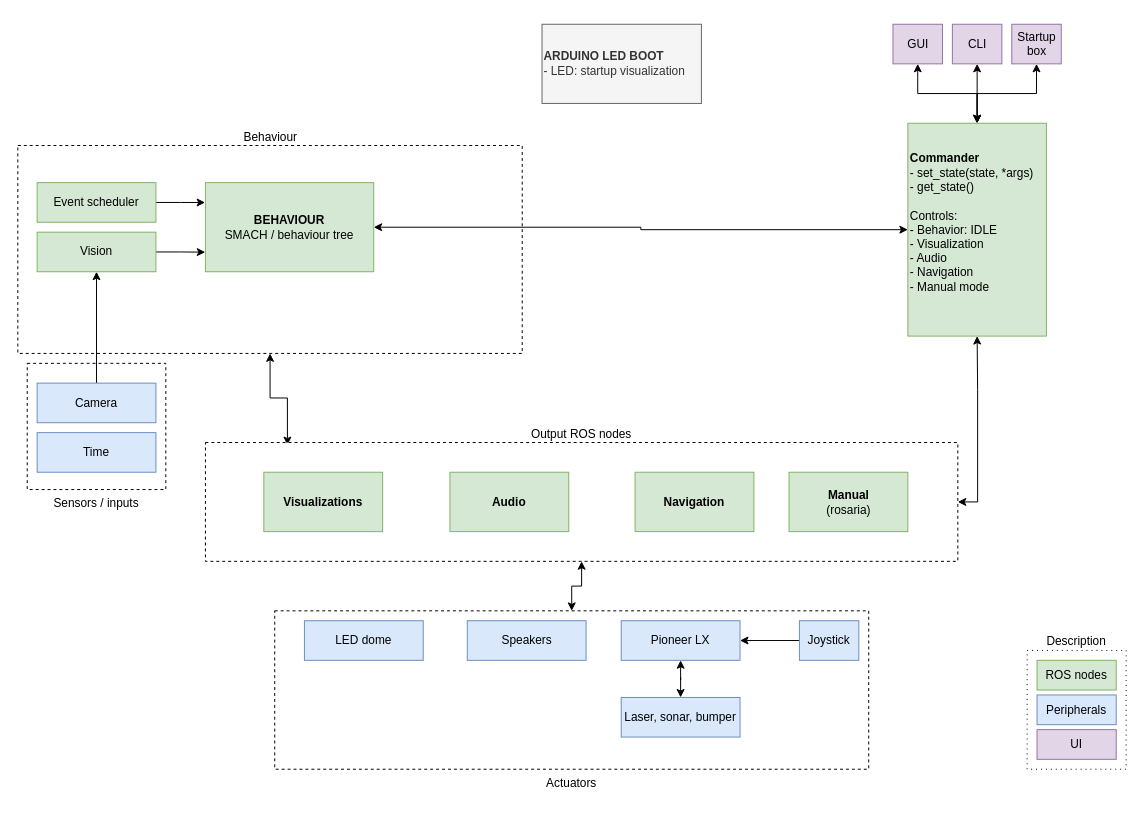
Above: resources/Diagrams/System architecture (simple) - revised.drawio in thentnucyborg/CyborgRobot (draw.io), before the change. Source tidied: cells renumbered, new cells numbered last; positions are measured from the earlier drawing's top-left corner, leaving out a move shared by most shapes. Both pictures are drawn from the tidied source at 99%, with x=0, y=0 at pixel (17, 24).
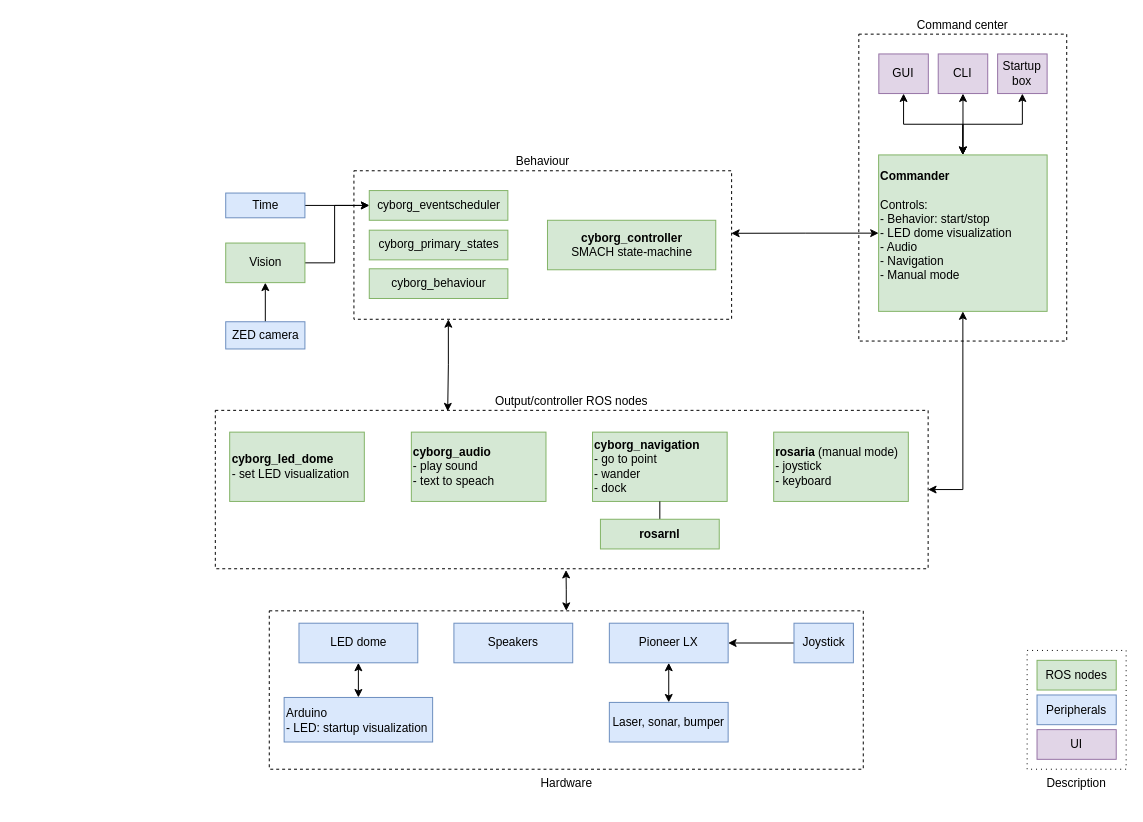
After the change.

Diff of the diagram source:
```diff
@@
+    <mxCell id="42" value="&lt;div&gt;Command center&lt;/div&gt;" style="rounded=0;whiteSpace=wrap;html=1;dashed=1;labelPosition=center;verticalLabelPosition=top;align=center;verticalAlign=bottom;" parent="1" vertex="1">
+      <mxGeometry x="850" y="10" width="210" height="310" as="geometry" />
+    </mxCell>
-    <mxCell id="2" style="edgeStyle=orthogonalEdgeStyle;rounded=0;jettySize=auto;html=1;startArrow=classic;startFill=1;entryX=0.109;entryY=0.021;entryDx=0;entryDy=0;entryPerimeter=0;" parent="1" edge="1" source="3" target="15">
+    <mxCell id="2" style="edgeStyle=orthogonalEdgeStyle;rounded=0;jettySize=auto;html=1;exitX=0.25;exitY=1;exitDx=0;exitDy=0;entryX=0.326;entryY=0.006;entryDx=0;entryDy=0;entryPerimeter=0;startArrow=classic;startFill=1;endArrow=classic;endFill=1;" parent="1" edge="1" source="3" target="15">
       <mxGeometry relative="1" as="geometry" />
     </mxCell>
     <mxCell id="3" value="&lt;div&gt;Behaviour&lt;/div&gt;" style="rounded=0;whiteSpace=wrap;html=1;dashed=1;labelPosition=center;verticalLabelPosition=top;align=center;verticalAlign=bottom;" parent="1" vertex="1">
-      <mxGeometry x="0.5" y="122.5" width="509.5" height="210" as="geometry" />
+      <mxGeometry x="340" y="148" width="381.5" height="150" as="geometry" />
     </mxCell>
-    <mxCell id="4" value="Sensors / inputs" style="rounded=0;whiteSpace=wrap;html=1;labelPosition=center;verticalLabelPosition=bottom;align=center;verticalAlign=top;dashed=1;" parent="1" vertex="1">
-      <mxGeometry x="10" y="342.5" width="140" height="127.5" as="geometry" />
-    </mxCell>
-    <mxCell id="5" style="edgeStyle=orthogonalEdgeStyle;rounded=0;jettySize=auto;html=1;exitX=0;exitY=0.5;exitDx=0;exitDy=0;verticalAlign=bottom;startArrow=classic;startFill=1;entryX=1;entryY=0.5;entryDx=0;entryDy=0;" parent="1" edge="1" source="6" target="10">
-      <mxGeometry relative="1" as="geometry" />
-    </mxCell>
+    <mxCell id="43" style="edgeStyle=orthogonalEdgeStyle;rounded=0;jettySize=auto;html=1;exitX=0;exitY=0.5;exitDx=0;exitDy=0;entryX=0.999;entryY=0.421;entryDx=0;entryDy=0;entryPerimeter=0;endArrow=classic;endFill=1;startArrow=classic;startFill=1;" parent="1" edge="1" source="6" target="3">
+      <mxGeometry relative="1" as="geometry" />
+    </mxCell>
-    <mxCell id="6" value="&lt;b&gt;Commander&lt;/b&gt;&lt;br&gt;- set_state(state, *args)&lt;br&gt;&lt;div&gt;- get_state()&lt;/div&gt;&lt;div&gt;&lt;br&gt;&lt;/div&gt;&lt;div&gt;Controls:&lt;/div&gt;&lt;div&gt;- Behavior: IDLE&lt;/div&gt;&lt;div&gt;- Visualization&lt;/div&gt;&lt;div&gt;- Audio&lt;/div&gt;&lt;div&gt;- Navigation&lt;/div&gt;&lt;div&gt;- Manual mode&lt;br&gt;&lt;/div&gt;&lt;div&gt;&lt;br&gt;&lt;/div&gt;" style="rounded=0;whiteSpace=wrap;html=1;align=left;fillColor=#d5e8d4;strokeColor=#82b366;fontColor=#000000;" parent="1" vertex="1">
-      <mxGeometry x="899.5" y="100" width="140" height="215" as="geometry" />
+    <mxCell id="6" value="&lt;b&gt;Commander&lt;/b&gt;&lt;br&gt;&lt;br&gt;&lt;div&gt;Controls:&lt;/div&gt;&lt;div&gt;- Behavior: start/stop&lt;br&gt;&lt;/div&gt;&lt;div&gt;- LED dome visualization&lt;/div&gt;&lt;div&gt;- Audio&lt;/div&gt;&lt;div&gt;- Navigation&lt;/div&gt;&lt;div&gt;- Manual mode&lt;br&gt;&lt;/div&gt;&lt;div&gt;&lt;br&gt;&lt;/div&gt;" style="rounded=0;whiteSpace=wrap;html=1;align=left;fillColor=#d5e8d4;strokeColor=#82b366;fontColor=#000000;" parent="1" vertex="1">
+      <mxGeometry x="870" y="132" width="170.2" height="158" as="geometry" />
     </mxCell>
-    <mxCell id="7" value="&lt;b&gt;ARDUINO LED BOOT&lt;/b&gt;&lt;br&gt;- LED: startup visualization" style="rounded=0;whiteSpace=wrap;html=1;align=left;fillColor=#f5f5f5;strokeColor=#666666;fontColor=#333333;" parent="1" vertex="1">
-      <mxGeometry x="530" width="161" height="80" as="geometry" />
-    </mxCell>
-    <mxCell id="8" style="edgeStyle=orthogonalEdgeStyle;rounded=0;jettySize=auto;html=1;exitX=1;exitY=0.5;exitDx=0;exitDy=0;startArrow=none;startFill=0;entryX=-0.002;entryY=0.223;entryDx=0;entryDy=0;entryPerimeter=0;" parent="1" edge="1" source="9" target="10">
-      <mxGeometry relative="1" as="geometry" />
-    </mxCell>
-    <mxCell id="9" value="Event scheduler" style="rounded=0;whiteSpace=wrap;html=1;fillColor=#d5e8d4;strokeColor=#82b366;fontColor=#000000;" parent="1" vertex="1">
-      <mxGeometry x="20" y="160" width="120" height="40" as="geometry" />
+    <mxCell id="9" value="&lt;div&gt;cyborg_eventscheduler&lt;/div&gt;" style="rounded=0;whiteSpace=wrap;html=1;fillColor=#d5e8d4;strokeColor=#82b366;fontColor=#000000;" parent="1" vertex="1">
+      <mxGeometry x="355.5" y="168" width="140" height="30" as="geometry" />
     </mxCell>
-    <mxCell id="10" value="&lt;b&gt;BEHAVIOUR&lt;/b&gt;&lt;br&gt;SMACH / behaviour tree" style="rounded=0;whiteSpace=wrap;html=1;align=center;fillColor=#d5e8d4;strokeColor=#82b366;fontColor=#000000;" parent="1" vertex="1">
-      <mxGeometry x="190" y="160" width="170" height="90" as="geometry" />
+    <mxCell id="10" value="cyborg_behaviour" style="rounded=0;whiteSpace=wrap;html=1;align=center;fillColor=#d5e8d4;strokeColor=#82b366;fontColor=#000000;" parent="1" vertex="1">
+      <mxGeometry x="355.5" y="247" width="140" height="30" as="geometry" />
     </mxCell>
@@
-    <mxCell id="12" style="edgeStyle=orthogonalEdgeStyle;rounded=0;jettySize=auto;html=1;exitX=0.5;exitY=0;exitDx=0;exitDy=0;entryX=0.5;entryY=1;entryDx=0;entryDy=0;startArrow=none;startFill=0;" parent="1" edge="1" source="13" target="26">
+    <mxCell id="12" style="edgeStyle=orthogonalEdgeStyle;rounded=0;jettySize=auto;html=1;exitX=0.5;exitY=0;exitDx=0;exitDy=0;entryX=0.5;entryY=1;entryDx=0;entryDy=0;startArrow=none;startFill=0;endArrow=classic;endFill=1;" parent="1" edge="1" source="13" target="26">
       <mxGeometry relative="1" as="geometry" />
     </mxCell>
-    <mxCell id="13" value="Camera" style="rounded=0;whiteSpace=wrap;html=1;fillColor=#dae8fc;strokeColor=#6c8ebf;fontColor=#000000;" parent="1" vertex="1">
-      <mxGeometry x="20" y="362.5" width="120" height="40" as="geometry" />
+    <mxCell id="13" value="ZED camera" style="rounded=0;whiteSpace=wrap;html=1;fillColor=#dae8fc;strokeColor=#6c8ebf;fontColor=#000000;" parent="1" vertex="1">
+      <mxGeometry x="210.5" y="300.5" width="80" height="27.5" as="geometry" />
     </mxCell>
-    <mxCell id="14" style="edgeStyle=orthogonalEdgeStyle;rounded=0;jettySize=auto;html=1;exitX=0.5;exitY=1;exitDx=0;exitDy=0;entryX=0.5;entryY=0;entryDx=0;entryDy=0;startArrow=classic;startFill=1;" parent="1" edge="1" source="15" target="28">
-      <mxGeometry relative="1" as="geometry" />
-    </mxCell>
-    <mxCell id="15" value="Output ROS nodes" style="rounded=0;whiteSpace=wrap;html=1;dashed=1;labelPosition=center;verticalLabelPosition=top;align=center;verticalAlign=bottom;" parent="1" vertex="1">
-      <mxGeometry x="190" y="422.5" width="760" height="120" as="geometry" />
+    <mxCell id="15" value="&lt;div&gt;Output/controller ROS nodes&lt;/div&gt;" style="rounded=0;whiteSpace=wrap;html=1;dashed=1;labelPosition=center;verticalLabelPosition=top;align=center;verticalAlign=bottom;" parent="1" vertex="1">
+      <mxGeometry x="200" y="390" width="720" height="160" as="geometry" />
     </mxCell>
-    <mxCell id="16" value="Visualizations" style="rounded=0;whiteSpace=wrap;html=1;fillColor=#d5e8d4;strokeColor=#82b366;fontColor=#000000;fontStyle=1;" parent="1" vertex="1">
-      <mxGeometry x="249" y="452.5" width="120" height="60" as="geometry" />
+    <mxCell id="16" value="&lt;div align=&quot;left&quot;&gt;cyborg_led_dome&lt;/div&gt;&lt;div align=&quot;left&quot;&gt;&lt;span style=&quot;font-weight: normal&quot;&gt;- set LED visualization&lt;/span&gt;&lt;br&gt;&lt;/div&gt;" style="rounded=0;whiteSpace=wrap;html=1;fillColor=#d5e8d4;strokeColor=#82b366;fontColor=#000000;fontStyle=1;align=left;" parent="1" vertex="1">
+      <mxGeometry x="214.5" y="412" width="136" height="70" as="geometry" />
     </mxCell>
-    <mxCell id="17" value="Audio" style="rounded=0;whiteSpace=wrap;html=1;fillColor=#d5e8d4;strokeColor=#82b366;fontColor=#000000;fontStyle=1;" parent="1" vertex="1">
-      <mxGeometry x="437" y="452.5" width="120" height="60" as="geometry" />
+    <mxCell id="17" value="&lt;div align=&quot;left&quot;&gt;cyborg_audio&lt;/div&gt;&lt;div align=&quot;left&quot;&gt;&lt;span style=&quot;font-weight: normal&quot;&gt;- play sound&lt;/span&gt;&lt;/div&gt;&lt;div align=&quot;left&quot;&gt;&lt;span style=&quot;font-weight: normal&quot;&gt;- text to speach&lt;/span&gt;&lt;br&gt;&lt;/div&gt;" style="rounded=0;whiteSpace=wrap;html=1;fillColor=#d5e8d4;strokeColor=#82b366;fontColor=#000000;fontStyle=1;align=left;" parent="1" vertex="1">
+      <mxGeometry x="398" y="412" width="136" height="70" as="geometry" />
     </mxCell>
-    <mxCell id="18" value="Navigation" style="rounded=0;whiteSpace=wrap;html=1;fillColor=#d5e8d4;strokeColor=#82b366;fontColor=#000000;fontStyle=1;" parent="1" vertex="1">
-      <mxGeometry x="624" y="452.5" width="120" height="60" as="geometry" />
+    <mxCell id="18" value="&lt;div align=&quot;left&quot;&gt;cyborg_navigation&lt;/div&gt;&lt;div align=&quot;left&quot;&gt;&lt;span style=&quot;font-weight: normal&quot;&gt;- go to point&lt;/span&gt;&lt;/div&gt;&lt;div align=&quot;left&quot;&gt;&lt;span style=&quot;font-weight: normal&quot;&gt;- wander&lt;/span&gt;&lt;/div&gt;&lt;div align=&quot;left&quot;&gt;&lt;span style=&quot;font-weight: normal&quot;&gt;- dock&lt;/span&gt;&lt;br&gt;&lt;/div&gt;" style="rounded=0;whiteSpace=wrap;html=1;fillColor=#d5e8d4;strokeColor=#82b366;fontColor=#000000;fontStyle=1;align=left;" parent="1" vertex="1">
+      <mxGeometry x="581" y="412" width="136" height="70" as="geometry" />
     </mxCell>
@@
     <mxCell id="20" value="GUI&lt;br&gt;" style="rounded=0;whiteSpace=wrap;html=1;align=center;fillColor=#e1d5e7;strokeColor=#9673a6;fontColor=#000;" parent="1" vertex="1">
-      <mxGeometry x="884.5" width="50" height="40" as="geometry" />
+      <mxGeometry x="870.2" y="30" width="50" height="40" as="geometry" />
     </mxCell>
@@
     <mxCell id="22" value="CLI" style="rounded=0;whiteSpace=wrap;html=1;align=center;fillColor=#e1d5e7;strokeColor=#9673a6;fontColor=#000;" parent="1" vertex="1">
-      <mxGeometry x="944.5" width="50" height="40" as="geometry" />
+      <mxGeometry x="930.2" y="30" width="50" height="40" as="geometry" />
     </mxCell>
@@
     <mxCell id="24" value="Startup box" style="rounded=0;whiteSpace=wrap;html=1;align=center;fillColor=#e1d5e7;strokeColor=#9673a6;fontColor=#000;" parent="1" vertex="1">
-      <mxGeometry x="1004.5" width="50" height="40" as="geometry" />
+      <mxGeometry x="990.2" y="30" width="50" height="40" as="geometry" />
     </mxCell>
-    <mxCell id="25" style="edgeStyle=orthogonalEdgeStyle;rounded=0;jettySize=auto;html=1;exitX=1;exitY=0.5;exitDx=0;exitDy=0;entryX=-0.001;entryY=0.78;entryDx=0;entryDy=0;entryPerimeter=0;" parent="1" edge="1" source="26" target="10">
-      <mxGeometry relative="1" as="geometry" />
-    </mxCell>
+    <mxCell id="44" style="edgeStyle=orthogonalEdgeStyle;rounded=0;jettySize=auto;html=1;exitX=1;exitY=0.5;exitDx=0;exitDy=0;entryX=0;entryY=0.5;entryDx=0;entryDy=0;startArrow=none;startFill=0;endArrow=classic;endFill=1;" parent="1" edge="1" source="26" target="9">
+      <mxGeometry relative="1" as="geometry">
+        <Array as="points">
+          <mxPoint x="320.5" y="241.5" />
+          <mxPoint x="320.5" y="183.5" />
+        </Array>
+      </mxGeometry>
+    </mxCell>
     <mxCell id="26" value="Vision" style="rounded=0;whiteSpace=wrap;html=1;fillColor=#d5e8d4;strokeColor=#82b366;fontColor=#000000;" parent="1" vertex="1">
-      <mxGeometry x="20" y="210" width="120" height="40" as="geometry" />
+      <mxGeometry x="210.5" y="221" width="80" height="40" as="geometry" />
     </mxCell>
+    <mxCell id="45" style="edgeStyle=orthogonalEdgeStyle;rounded=0;jettySize=auto;html=1;exitX=1;exitY=0.5;exitDx=0;exitDy=0;startArrow=none;startFill=0;endArrow=classic;endFill=1;" parent="1" edge="1" source="27" target="9">
+      <mxGeometry relative="1" as="geometry" />
+    </mxCell>
     <mxCell id="27" value="Time" style="rounded=0;whiteSpace=wrap;html=1;fillColor=#dae8fc;strokeColor=#6c8ebf;fontColor=#000000;" parent="1" vertex="1">
-      <mxGeometry x="20" y="412.5" width="120" height="40" as="geometry" />
+      <mxGeometry x="210.5" y="170.5" width="80" height="25" as="geometry" />
     </mxCell>
+    <mxCell id="46" style="edgeStyle=orthogonalEdgeStyle;rounded=0;jettySize=auto;html=1;exitX=0.5;exitY=0;exitDx=0;exitDy=0;entryX=0.492;entryY=1.008;entryDx=0;entryDy=0;entryPerimeter=0;startArrow=classic;startFill=1;endArrow=classic;endFill=1;" parent="1" edge="1" source="28" target="15">
+      <mxGeometry relative="1" as="geometry" />
+    </mxCell>
-    <mxCell id="28" value="Actuators" style="rounded=0;whiteSpace=wrap;html=1;labelPosition=center;verticalLabelPosition=bottom;align=center;verticalAlign=top;dashed=1;" parent="1" vertex="1">
-      <mxGeometry x="260" y="592.5" width="600" height="160" as="geometry" />
+    <mxCell id="28" value="Hardware" style="rounded=0;whiteSpace=wrap;html=1;labelPosition=center;verticalLabelPosition=bottom;align=center;verticalAlign=top;dashed=1;" parent="1" vertex="1">
+      <mxGeometry x="254.5" y="592.5" width="600" height="160" as="geometry" />
     </mxCell>
     <mxCell id="29" value="LED dome" style="rounded=0;whiteSpace=wrap;html=1;fillColor=#dae8fc;strokeColor=#6c8ebf;fontColor=#000000;" parent="1" vertex="1">
-      <mxGeometry x="290" y="602.5" width="120" height="40" as="geometry" />
+      <mxGeometry x="284.5" y="605" width="120" height="40" as="geometry" />
     </mxCell>
     <mxCell id="30" value="Pioneer LX" style="rounded=0;whiteSpace=wrap;html=1;fillColor=#dae8fc;strokeColor=#6c8ebf;fontColor=#000000;" parent="1" vertex="1">
-      <mxGeometry x="610" y="602.5" width="120" height="40" as="geometry" />
+      <mxGeometry x="598" y="605" width="120" height="40" as="geometry" />
     </mxCell>
     <mxCell id="31" value="Speakers" style="rounded=0;whiteSpace=wrap;html=1;fillColor=#dae8fc;strokeColor=#6c8ebf;fontColor=#000000;" parent="1" vertex="1">
-      <mxGeometry x="454.5" y="602.5" width="120" height="40" as="geometry" />
+      <mxGeometry x="441" y="605" width="120" height="40" as="geometry" />
     </mxCell>
-    <mxCell id="32" value="Description" style="rounded=0;whiteSpace=wrap;html=1;fontColor=#000000;labelPosition=center;verticalLabelPosition=top;align=center;verticalAlign=bottom;dashed=1;dashPattern=1 4;" parent="1" vertex="1">
+    <mxCell id="32" value="&lt;div&gt;&lt;font color=&quot;#000000&quot;&gt;Description&lt;/font&gt;&lt;/div&gt;&lt;div&gt;&lt;font color=&quot;#000000&quot;&gt;&lt;br&gt;&lt;/font&gt;&lt;/div&gt;" style="rounded=0;whiteSpace=wrap;html=1;fontColor=#000000;labelPosition=center;verticalLabelPosition=bottom;align=center;verticalAlign=top;dashed=1;dashPattern=1 4;" parent="1" vertex="1">
       <mxGeometry x="1020" y="632.5" width="100" height="120" as="geometry" />
     </mxCell>
@@
-    <mxCell id="37" value="Manual&lt;br&gt;&lt;span style=&quot;font-weight: normal&quot;&gt;(rosaria)&lt;/span&gt;" style="rounded=0;whiteSpace=wrap;html=1;fillColor=#d5e8d4;strokeColor=#82b366;fontColor=#000000;fontStyle=1;" parent="1" vertex="1">
-      <mxGeometry x="779.5" y="452.5" width="120" height="60" as="geometry" />
+    <mxCell id="37" value="&lt;div align=&quot;left&quot;&gt;rosaria&lt;span style=&quot;font-weight: normal&quot;&gt; (manual mode)&lt;/span&gt;&lt;/div&gt;&lt;div align=&quot;left&quot;&gt;&lt;span style=&quot;font-weight: normal&quot;&gt;- joystick&lt;/span&gt;&lt;/div&gt;&lt;div align=&quot;left&quot;&gt;&lt;span style=&quot;font-weight: normal&quot;&gt;- keyboard&lt;br&gt;&lt;/span&gt;&lt;/div&gt;" style="rounded=0;whiteSpace=wrap;html=1;fillColor=#d5e8d4;strokeColor=#82b366;fontColor=#000000;fontStyle=1;align=left;" parent="1" vertex="1">
+      <mxGeometry x="764" y="412" width="136" height="70" as="geometry" />
     </mxCell>
@@
     <mxCell id="39" value="&lt;div&gt;Joystick&lt;/div&gt;" style="rounded=0;whiteSpace=wrap;html=1;fillColor=#dae8fc;strokeColor=#6c8ebf;fontColor=#000000;" parent="1" vertex="1">
-      <mxGeometry x="790" y="602.5" width="60" height="40" as="geometry" />
+      <mxGeometry x="784.5" y="605" width="60" height="40" as="geometry" />
     </mxCell>
@@
     <mxCell id="41" value="Laser, sonar, bumper" style="rounded=0;whiteSpace=wrap;html=1;fillColor=#dae8fc;strokeColor=#6c8ebf;fontColor=#000000;" parent="1" vertex="1">
-      <mxGeometry x="610" y="680" width="120" height="40" as="geometry" />
+      <mxGeometry x="598" y="685" width="120" height="40" as="geometry" />
     </mxCell>
+    <mxCell id="47" value="&lt;div&gt;cyborg_primary_states&lt;/div&gt;" style="rounded=0;whiteSpace=wrap;html=1;fillColor=#d5e8d4;strokeColor=#82b366;fontColor=#000000;" parent="1" vertex="1">
+      <mxGeometry x="355.5" y="208" width="140" height="30" as="geometry" />
+    </mxCell>
+    <mxCell id="48" style="edgeStyle=orthogonalEdgeStyle;rounded=0;jettySize=auto;html=1;exitX=0.5;exitY=0;exitDx=0;exitDy=0;entryX=0.5;entryY=1;entryDx=0;entryDy=0;startArrow=classic;startFill=1;" parent="1" edge="1" source="7" target="29">
+      <mxGeometry relative="1" as="geometry" />
+    </mxCell>
+    <mxCell id="7" value="Arduino&lt;br&gt;- LED: startup visualization" style="rounded=0;whiteSpace=wrap;html=1;align=left;fillColor=#dae8fc;strokeColor=#6c8ebf;fontColor=#000000;" parent="1" vertex="1">
+      <mxGeometry x="269.5" y="680" width="150" height="45" as="geometry" />
+    </mxCell>
+    <mxCell id="49" value="&lt;div&gt;&lt;b&gt;cyborg_controller&lt;/b&gt;&lt;/div&gt;&lt;div&gt;SMACH state-machine&lt;br&gt;&lt;/div&gt;" style="rounded=0;whiteSpace=wrap;html=1;fillColor=#d5e8d4;strokeColor=#82b366;fontColor=#000000;" parent="1" vertex="1">
+      <mxGeometry x="535.5" y="198" width="170" height="50" as="geometry" />
+    </mxCell>
+    <mxCell id="50" style="edgeStyle=orthogonalEdgeStyle;rounded=0;jettySize=auto;html=1;exitX=0.5;exitY=0;exitDx=0;exitDy=0;entryX=0.5;entryY=1;entryDx=0;entryDy=0;endArrow=none;endFill=0;" parent="1" edge="1" source="51" target="18">
+      <mxGeometry relative="1" as="geometry" />
+    </mxCell>
+    <mxCell id="51" value="rosarnl" style="rounded=0;whiteSpace=wrap;html=1;fillColor=#d5e8d4;strokeColor=#82b366;fontColor=#000000;fontStyle=1;" parent="1" vertex="1">
+      <mxGeometry x="589" y="500" width="120" height="30" as="geometry" />
+    </mxCell>
```
